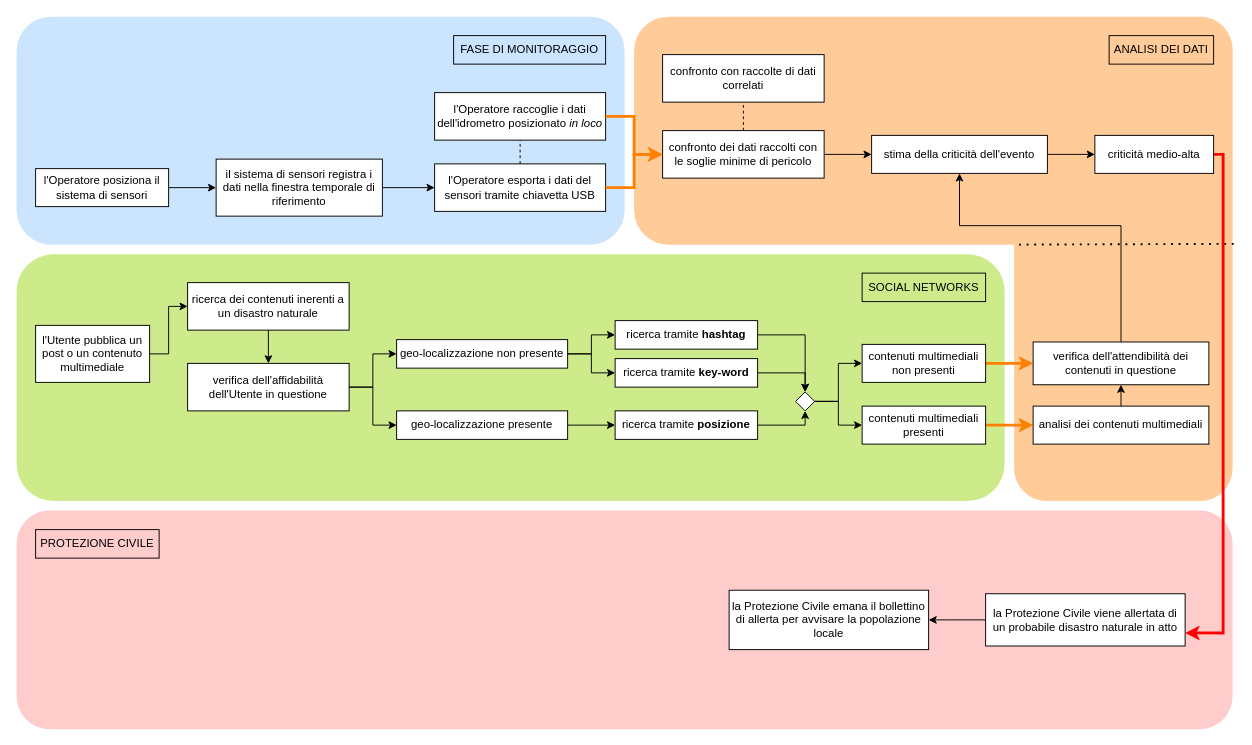
The draw.io diagram page "monitoraggio tramite sensore rimovibile" (1 of 2) of schemi ProgettoRIO.drawio in faffolao/ProgettoBD2022, before the edit. Source tidied: cells renumbered, new cells numbered last; positions are measured from the earlier drawing's top-left corner, leaving out a move shared by most shapes. Both pictures are drawn from the tidied source at 95%, with x=0, y=0 at pixel (16, 16).
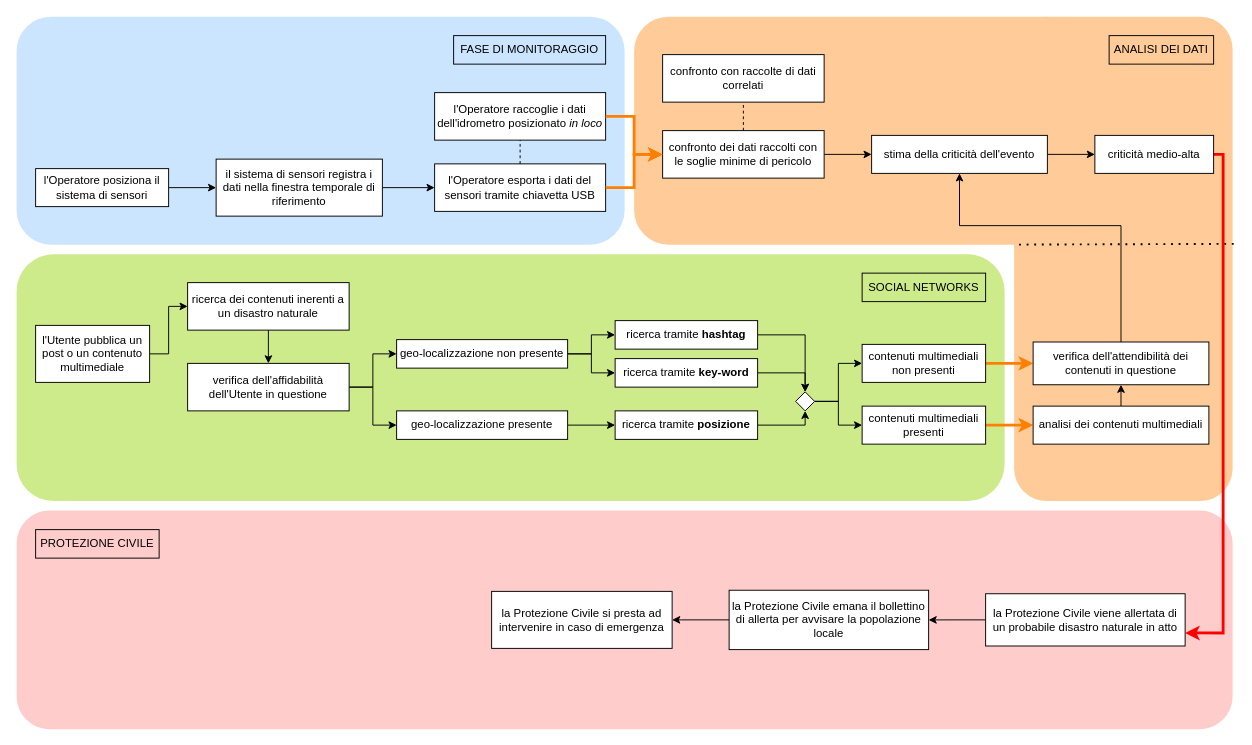
The same diagram, later.

Change to the diagram source:
```diff
@@
+    <mxCell id="62" style="edgeStyle=orthogonalEdgeStyle;rounded=0;jettySize=auto;html=1;exitX=0;exitY=0.5;exitDx=0;exitDy=0;entryX=1;entryY=0.5;entryDx=0;entryDy=0;" parent="1" edge="1" target="63">
+      <mxGeometry relative="1" as="geometry">
+        <mxPoint x="750" y="635" as="sourcePoint" />
+        <Array as="points">
+          <mxPoint x="700" y="635" />
+        </Array>
+      </mxGeometry>
+    </mxCell>
+    <mxCell id="63" value="la Protezione Civile si presta ad intervenire in caso di emergenza" style="rounded=0;whiteSpace=wrap;html=1;fillColor=default;" parent="1" vertex="1">
+      <mxGeometry x="500" y="605" width="190" height="60" as="geometry" />
+    </mxCell>
```
